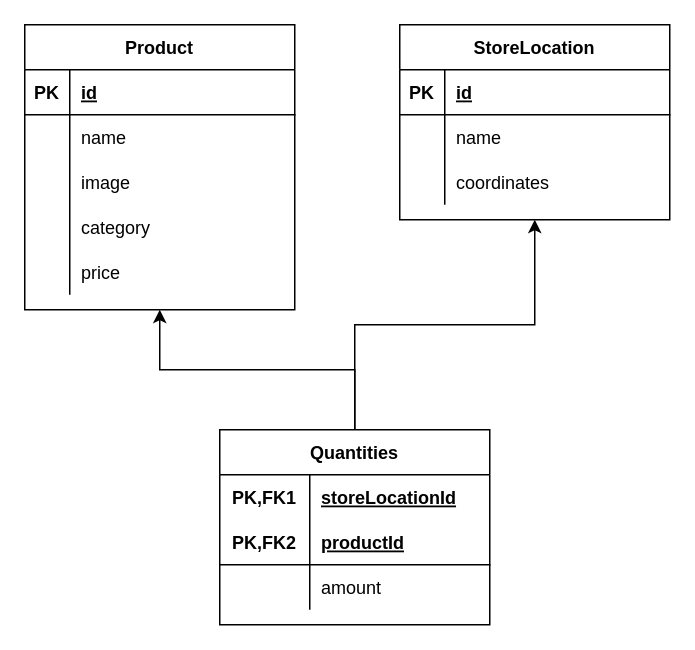
Above: page "ER" (2 of 2) of Architecture.drawio in htw-kbe-jneidel/planning (draw.io), before the change. Source tidied: cells renumbered, new cells numbered last; positions are measured from the earlier drawing's top-left corner, leaving out a move shared by most shapes. Both pictures are drawn from the tidied source at 150%, with x=0, y=0 at pixel (24, 24).
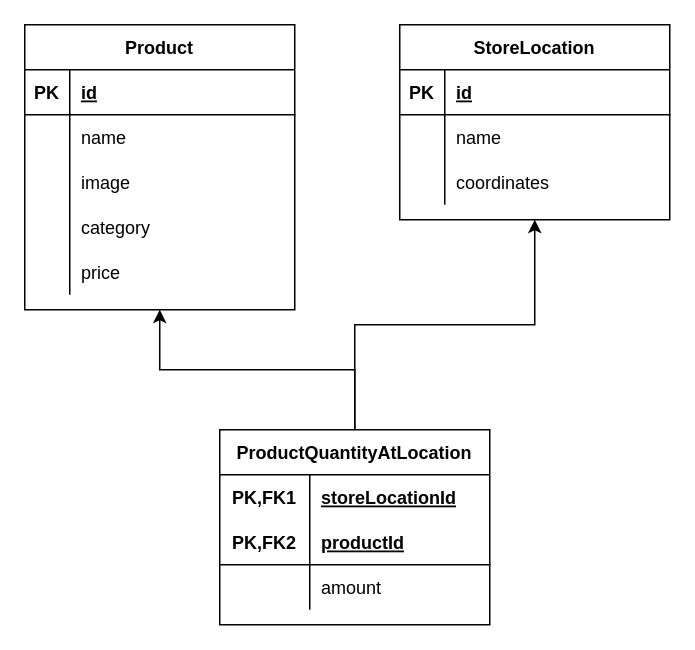
The same page after the edit.

Diff of the diagram source:
```diff
@@
-    <mxCell id="30" value="Quantities" style="shape=table;startSize=30;childLayout=tableLayout;rowLines=0;fontStyle=1;align=center;" parent="1" vertex="1">
+    <mxCell id="30" value="ProductQuantityAtLocation" style="shape=table;startSize=30;childLayout=tableLayout;rowLines=0;fontStyle=1;align=center;" parent="1" vertex="1">
       <mxGeometry x="130" y="270" width="180" height="130" as="geometry" />
     </mxCell>
```
